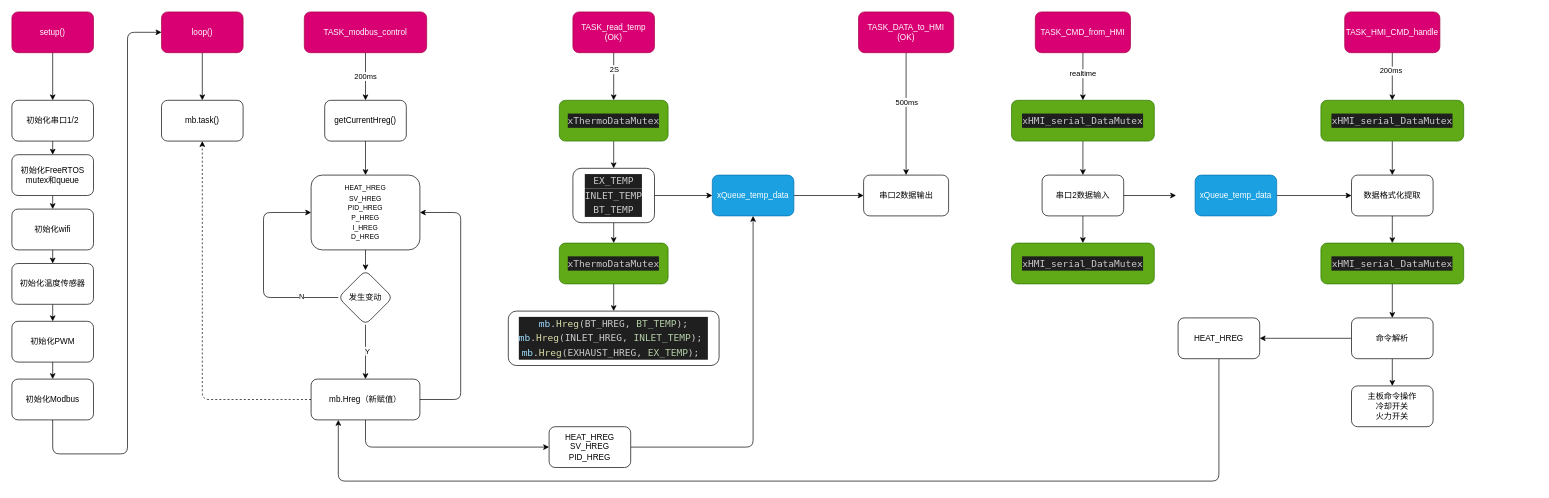
Above: HB-controller/src/flow.drawio in sakunamary/HB-controller (draw.io), before the change. Source tidied: cells renumbered, new cells numbered last; positions are measured from the earlier drawing's top-left corner, leaving out a move shared by most shapes. Both pictures are drawn from the tidied source at 68%, with x=0, y=0 at pixel (12, 12).
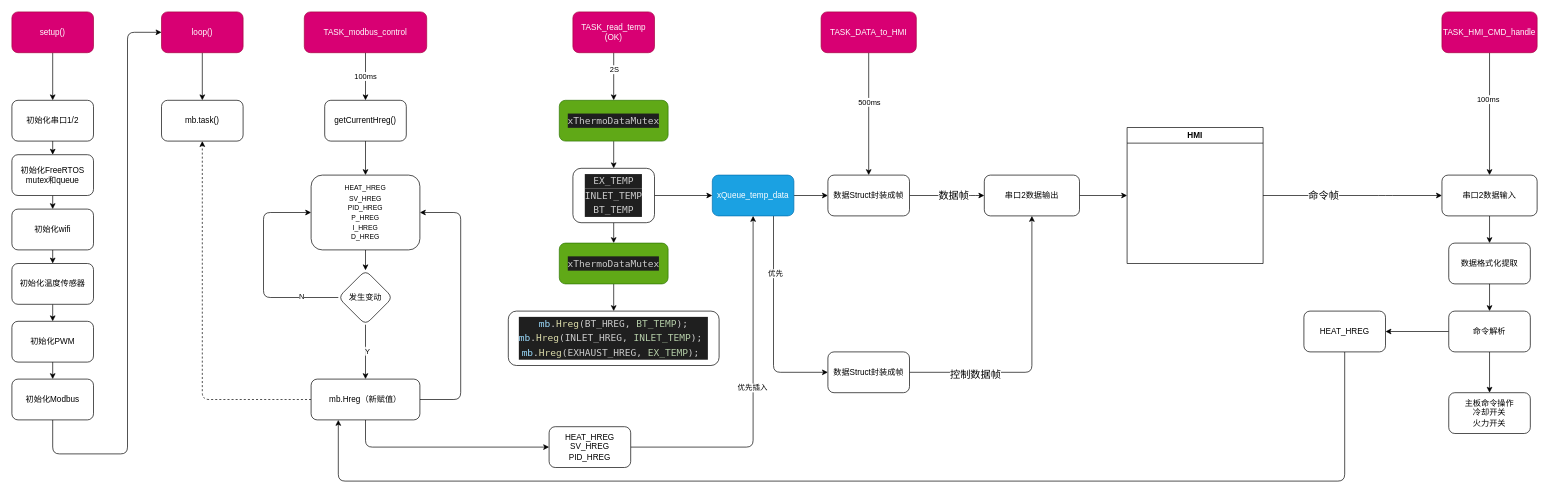
After the change.

Unchanged cells that the change refers to:
```xml
<mxCell id="19" value="TASK_modbus_control" style="rounded=1;whiteSpace=wrap;html=1;fillColor=#d80073;fontColor=#ffffff;strokeColor=#A50040;" parent="1" vertex="1">
  <mxGeometry x="430" width="180" height="60" as="geometry" />
</mxCell>
<mxCell id="33" value="mb.Hreg（新赋值）" style="whiteSpace=wrap;html=1;rounded=1;" parent="1" vertex="1">
  <mxGeometry x="440" y="540" width="160" height="60" as="geometry" />
</mxCell>
<mxCell id="35" value="xQueue_temp_data" style="whiteSpace=wrap;html=1;rounded=1;fillColor=#1ba1e2;fontColor=#ffffff;strokeColor=#006EAF;" parent="1" vertex="1">
  <mxGeometry x="1030" y="240" width="120" height="60" as="geometry" />
</mxCell>
<mxCell id="37" value="getCurrentHreg()" style="rounded=1;whiteSpace=wrap;html=1;" parent="1" vertex="1">
  <mxGeometry x="460" y="130" width="120" height="60" as="geometry" />
</mxCell>
<mxCell id="45" style="edgeStyle=none;html=1;exitX=1;exitY=0.5;exitDx=0;exitDy=0;entryX=0.5;entryY=1;entryDx=0;entryDy=0;" parent="1" edge="1" source="46" target="35">
  <mxGeometry relative="1" as="geometry">
    <Array as="points">
      <mxPoint x="1090" y="640" />
    </Array>
  </mxGeometry>
</mxCell>
```

What changed in the source:
```diff
@@
-    <mxCell id="18" value="200ms" style="edgeStyle=none;html=1;exitX=0.5;exitY=1;exitDx=0;exitDy=0;entryX=0.5;entryY=0;entryDx=0;entryDy=0;" parent="1" edge="1" source="19" target="37">
+    <mxCell id="18" value="100ms" style="edgeStyle=none;html=1;exitX=0.5;exitY=1;exitDx=0;exitDy=0;entryX=0.5;entryY=0;entryDx=0;entryDy=0;" parent="1" edge="1" source="19" target="37">
       <mxGeometry relative="1" as="geometry" />
     </mxCell>
@@
-    <mxCell id="22" style="edgeStyle=none;html=1;entryX=0.5;entryY=0;entryDx=0;entryDy=0;" parent="1" edge="1" source="24" target="38">
+    <mxCell id="22" style="edgeStyle=none;html=1;entryX=0.5;entryY=0;entryDx=0;entryDy=0;" parent="1" edge="1" source="24" target="87">
       <mxGeometry relative="1" as="geometry" />
     </mxCell>
@@
-    <mxCell id="24" value="TASK_DATA_to_HMI&lt;br&gt;(OK)" style="rounded=1;whiteSpace=wrap;html=1;fillColor=#d80073;fontColor=#ffffff;strokeColor=#A50040;" parent="1" vertex="1">
-      <mxGeometry x="1245" width="140" height="60" as="geometry" />
+    <mxCell id="24" value="TASK_DATA_to_HMI" style="rounded=1;whiteSpace=wrap;html=1;fillColor=#d80073;fontColor=#ffffff;strokeColor=#A50040;" parent="1" vertex="1">
+      <mxGeometry x="1190" width="140" height="60" as="geometry" />
     </mxCell>
@@
-    <mxCell id="34" style="edgeStyle=none;html=1;exitX=1;exitY=0.5;exitDx=0;exitDy=0;entryX=0;entryY=0.5;entryDx=0;entryDy=0;" parent="1" edge="1" source="35" target="38">
-      <mxGeometry relative="1" as="geometry" />
-    </mxCell>
+    <mxCell id="79" style="edgeStyle=none;html=1;exitX=0.75;exitY=1;exitDx=0;exitDy=0;entryX=0;entryY=0.5;entryDx=0;entryDy=0;" parent="1" edge="1" source="35" target="90">
+      <mxGeometry relative="1" as="geometry">
+        <Array as="points">
+          <mxPoint x="1120" y="530" />
+        </Array>
+      </mxGeometry>
+    </mxCell>
+    <mxCell id="80" value="优先" style="edgeLabel;html=1;align=center;verticalAlign=middle;" parent="79" vertex="1">
+      <mxGeometry x="-0.46" y="2" relative="1" as="geometry" />
+    </mxCell>
+    <mxCell id="81" style="edgeStyle=none;html=1;exitX=1;exitY=0.5;exitDx=0;exitDy=0;entryX=0;entryY=0.5;entryDx=0;entryDy=0;" parent="1" edge="1" source="35" target="87">
+      <mxGeometry relative="1" as="geometry" />
+    </mxCell>
@@
+    <mxCell id="82" style="edgeStyle=none;html=1;exitX=1;exitY=0.5;exitDx=0;exitDy=0;entryX=0;entryY=0.5;entryDx=0;entryDy=0;" parent="1" edge="1" source="38" target="70">
+      <mxGeometry relative="1" as="geometry" />
+    </mxCell>
     <mxCell id="38" value="串口2数据输出" style="whiteSpace=wrap;html=1;rounded=1;" parent="1" vertex="1">
-      <mxGeometry x="1252.5" y="240" width="125" height="60" as="geometry" />
+      <mxGeometry x="1430" y="240" width="140" height="60" as="geometry" />
     </mxCell>
-    <mxCell id="39" style="edgeStyle=none;html=1;entryX=0.5;entryY=0;entryDx=0;entryDy=0;" parent="1" edge="1" source="41" target="63">
-      <mxGeometry relative="1" as="geometry" />
-    </mxCell>
-    <mxCell id="40" value="realtime" style="edgeLabel;html=1;align=center;verticalAlign=middle;" parent="39" vertex="1">
-      <mxGeometry x="-0.15" y="-1" relative="1" as="geometry" />
-    </mxCell>
-    <mxCell id="41" value="TASK_CMD_from_HMI" style="rounded=1;whiteSpace=wrap;html=1;fillColor=#d80073;fontColor=#ffffff;strokeColor=#A50040;" parent="1" vertex="1">
-      <mxGeometry x="1505" width="140" height="60" as="geometry" />
-    </mxCell>
-    <mxCell id="42" style="edgeStyle=none;html=1;exitX=0.5;exitY=1;exitDx=0;exitDy=0;entryX=0.5;entryY=0;entryDx=0;entryDy=0;" parent="1" edge="1" source="44" target="64">
-      <mxGeometry relative="1" as="geometry" />
-    </mxCell>
-    <mxCell id="43" style="edgeStyle=none;html=1;exitX=1;exitY=0.5;exitDx=0;exitDy=0;" parent="1" edge="1">
-      <mxGeometry relative="1" as="geometry">
-        <mxPoint x="1582" y="270" as="sourcePoint" />
-        <mxPoint x="1712" y="270" as="targetPoint" />
-      </mxGeometry>
-    </mxCell>
-    <mxCell id="44" value="串口2数据输入" style="whiteSpace=wrap;html=1;rounded=1;" parent="1" vertex="1">
-      <mxGeometry x="1515" y="240" width="120" height="60" as="geometry" />
-    </mxCell>
@@
+    <mxCell id="83" value="优先插入" style="edgeLabel;html=1;align=center;verticalAlign=middle;" parent="45" vertex="1">
+      <mxGeometry x="0.03" y="2" relative="1" as="geometry" />
+    </mxCell>
@@
-    <mxCell id="59" style="edgeStyle=none;html=1;exitX=0.5;exitY=1;exitDx=0;exitDy=0;" parent="1" edge="1" source="60" target="75">
-      <mxGeometry relative="1" as="geometry" />
-    </mxCell>
     <mxCell id="60" value="数据格式化提取" style="whiteSpace=wrap;html=1;rounded=1;" parent="1" vertex="1">
-      <mxGeometry x="1970" y="240" width="120" height="60" as="geometry" />
+      <mxGeometry x="2113" y="340" width="120" height="60" as="geometry" />
     </mxCell>
     <mxCell id="61" value="主板命令操作&lt;br&gt;冷却开关&lt;br&gt;火力开关" style="whiteSpace=wrap;html=1;rounded=1;" parent="1" vertex="1">
-      <mxGeometry x="1970" y="550" width="120" height="60" as="geometry" />
+      <mxGeometry x="2113" y="560" width="120" height="60" as="geometry" />
     </mxCell>
-    <mxCell id="62" style="edgeStyle=none;html=1;exitX=0.5;exitY=1;exitDx=0;exitDy=0;entryX=0.5;entryY=0;entryDx=0;entryDy=0;" parent="1" edge="1" source="63" target="44">
-      <mxGeometry relative="1" as="geometry" />
-    </mxCell>
-    <mxCell id="63" value="&lt;div style=&quot;color: rgb(204, 204, 204); background-color: rgb(31, 31, 31); font-family: Menlo, Menlo, Menlo, Menlo, Monaco, &amp;quot;Courier New&amp;quot;, monospace; font-size: 14px; line-height: 21px;&quot;&gt;xHMI_serial_DataMutex&lt;/div&gt;" style="whiteSpace=wrap;html=1;rounded=1;fillColor=#60a917;fontColor=#ffffff;strokeColor=#2D7600;" parent="1" vertex="1">
-      <mxGeometry x="1470" y="130" width="210" height="60" as="geometry" />
-    </mxCell>
-    <mxCell id="64" value="&lt;div style=&quot;color: rgb(204, 204, 204); background-color: rgb(31, 31, 31); font-family: Menlo, Menlo, Menlo, Menlo, Monaco, &amp;quot;Courier New&amp;quot;, monospace; font-size: 14px; line-height: 21px;&quot;&gt;xHMI_serial_DataMutex&lt;/div&gt;" style="whiteSpace=wrap;html=1;rounded=1;fillColor=#60a917;fontColor=#ffffff;strokeColor=#2D7600;" parent="1" vertex="1">
-      <mxGeometry x="1470" y="340" width="210" height="60" as="geometry" />
-    </mxCell>
     <mxCell id="65" style="edgeStyle=none;html=1;exitX=0.5;exitY=1;exitDx=0;exitDy=0;entryX=0.25;entryY=1;entryDx=0;entryDy=0;" parent="1" edge="1" source="66" target="33">
       <mxGeometry relative="1" as="geometry">
         <Array as="points">
-          <mxPoint x="1775" y="690" />
+          <mxPoint x="1960" y="690" />
           <mxPoint x="480" y="690" />
         </Array>
       </mxGeometry>
     </mxCell>
     <mxCell id="66" value="HEAT_HREG" style="whiteSpace=wrap;html=1;rounded=1;" parent="1" vertex="1">
-      <mxGeometry x="1715" y="450" width="120" height="60" as="geometry" />
+      <mxGeometry x="1900" y="440" width="120" height="60" as="geometry" />
     </mxCell>
-    <mxCell id="67" style="edgeStyle=none;html=1;exitX=0.5;exitY=1;exitDx=0;exitDy=0;entryX=0.5;entryY=0;entryDx=0;entryDy=0;" parent="1" edge="1" source="69" target="73">
+    <mxCell id="67" style="edgeStyle=none;html=1;exitX=0.5;exitY=1;exitDx=0;exitDy=0;" parent="1" edge="1" source="69" target="44">
       <mxGeometry relative="1" as="geometry" />
     </mxCell>
-    <mxCell id="68" value="200ms" style="edgeLabel;html=1;align=center;verticalAlign=middle;" parent="67" vertex="1">
+    <mxCell id="68" value="100ms" style="edgeLabel;html=1;align=center;verticalAlign=middle;" parent="67" vertex="1">
       <mxGeometry x="-0.25" y="-3" relative="1" as="geometry" />
     </mxCell>
     <mxCell id="69" value="TASK_HMI_CMD_handle" style="rounded=1;whiteSpace=wrap;html=1;fillColor=#d80073;fontColor=#ffffff;strokeColor=#A50040;" parent="1" vertex="1">
-      <mxGeometry x="1960" width="140" height="60" as="geometry" />
+      <mxGeometry x="2103" width="140" height="60" as="geometry" />
     </mxCell>
-    <mxCell id="70" style="edgeStyle=none;html=1;exitX=1;exitY=0.5;exitDx=0;exitDy=0;entryX=0;entryY=0.5;entryDx=0;entryDy=0;" parent="1" edge="1" source="71" target="60">
-      <mxGeometry relative="1" as="geometry" />
-    </mxCell>
-    <mxCell id="71" value="xQueue_temp_data" style="whiteSpace=wrap;html=1;rounded=1;fillColor=#1ba1e2;fontColor=#ffffff;strokeColor=#006EAF;" parent="1" vertex="1">
-      <mxGeometry x="1740" y="240" width="120" height="60" as="geometry" />
-    </mxCell>
-    <mxCell id="72" style="edgeStyle=none;html=1;exitX=0.5;exitY=1;exitDx=0;exitDy=0;entryX=0.5;entryY=0;entryDx=0;entryDy=0;" parent="1" edge="1" source="73" target="60">
-      <mxGeometry relative="1" as="geometry" />
-    </mxCell>
-    <mxCell id="73" value="&lt;div style=&quot;color: rgb(204, 204, 204); background-color: rgb(31, 31, 31); font-family: Menlo, Menlo, Menlo, Menlo, Monaco, &amp;quot;Courier New&amp;quot;, monospace; font-size: 14px; line-height: 21px;&quot;&gt;xHMI_serial_DataMutex&lt;/div&gt;" style="whiteSpace=wrap;html=1;rounded=1;fillColor=#60a917;fontColor=#ffffff;strokeColor=#2D7600;" parent="1" vertex="1">
-      <mxGeometry x="1925" y="130" width="210" height="60" as="geometry" />
-    </mxCell>
-    <mxCell id="74" style="edgeStyle=none;html=1;exitX=0.5;exitY=1;exitDx=0;exitDy=0;" parent="1" edge="1" source="75" target="78">
+    <mxCell id="74" style="edgeStyle=none;html=1;exitX=0.5;exitY=1;exitDx=0;exitDy=0;" parent="1" edge="1" source="60" target="78">
       <mxGeometry relative="1" as="geometry" />
     </mxCell>
-    <mxCell id="75" value="&lt;div style=&quot;color: rgb(204, 204, 204); background-color: rgb(31, 31, 31); font-family: Menlo, Menlo, Menlo, Menlo, Monaco, &amp;quot;Courier New&amp;quot;, monospace; font-size: 14px; line-height: 21px;&quot;&gt;xHMI_serial_DataMutex&lt;/div&gt;" style="whiteSpace=wrap;html=1;rounded=1;fillColor=#60a917;fontColor=#ffffff;strokeColor=#2D7600;" parent="1" vertex="1">
-      <mxGeometry x="1925" y="340" width="210" height="60" as="geometry" />
-    </mxCell>
@@
-    <mxCell id="77" style="edgeStyle=none;html=1;exitX=0;exitY=0.5;exitDx=0;exitDy=0;entryX=1;entryY=0.5;entryDx=0;entryDy=0;" parent="1" edge="1" source="78" target="66">
+    <mxCell id="77" style="edgeStyle=none;html=1;exitX=0;exitY=0.5;exitDx=0;exitDy=0;" parent="1" edge="1" source="78" target="66">
       <mxGeometry relative="1" as="geometry" />
     </mxCell>
     <mxCell id="78" value="命令解析" style="whiteSpace=wrap;html=1;rounded=1;" parent="1" vertex="1">
-      <mxGeometry x="1970" y="450" width="120" height="60" as="geometry" />
+      <mxGeometry x="2113" y="440" width="120" height="60" as="geometry" />
     </mxCell>
+    <mxCell id="84" style="edgeStyle=none;html=1;exitX=1;exitY=0.5;exitDx=0;exitDy=0;" parent="1" edge="1" source="70" target="44">
+      <mxGeometry relative="1" as="geometry">
+        <Array as="points">
+          <mxPoint x="2020" y="270" />
+        </Array>
+      </mxGeometry>
+    </mxCell>
+    <mxCell id="85" value="命令帧" style="edgeLabel;html=1;align=center;verticalAlign=middle;fontSize=15;" parent="84" vertex="1">
+      <mxGeometry x="-0.32" y="2" relative="1" as="geometry">
+        <mxPoint x="-1" as="offset" />
+      </mxGeometry>
+    </mxCell>
+    <mxCell id="70" value="HMI" style="swimlane;whiteSpace=wrap;html=1;" parent="1" vertex="1">
+      <mxGeometry x="1640" y="170" width="200" height="200" as="geometry" />
+    </mxCell>
+    <mxCell id="86" value="数据帧" style="edgeStyle=none;html=1;exitX=1;exitY=0.5;exitDx=0;exitDy=0;entryX=0;entryY=0.5;entryDx=0;entryDy=0;fontSize=15;" parent="1" edge="1" source="87" target="38">
+      <mxGeometry x="0.18" relative="1" as="geometry">
+        <Array as="points">
+          <mxPoint x="1410" y="270" />
+        </Array>
+      </mxGeometry>
+    </mxCell>
+    <mxCell id="87" value="数据Struct封装成帧" style="whiteSpace=wrap;html=1;rounded=1;" parent="1" vertex="1">
+      <mxGeometry x="1200" y="240" width="120" height="60" as="geometry" />
+    </mxCell>
+    <mxCell id="88" style="edgeStyle=none;html=1;exitX=1;exitY=0.5;exitDx=0;exitDy=0;entryX=0.5;entryY=1;entryDx=0;entryDy=0;" parent="1" edge="1" source="90" target="38">
+      <mxGeometry relative="1" as="geometry">
+        <Array as="points">
+          <mxPoint x="1500" y="530" />
+        </Array>
+      </mxGeometry>
+    </mxCell>
+    <mxCell id="89" value="控制数据帧" style="edgeLabel;html=1;align=center;verticalAlign=middle;fontSize=15;" parent="88" vertex="1">
+      <mxGeometry x="-0.53" y="-2" relative="1" as="geometry" />
+    </mxCell>
+    <mxCell id="90" value="数据Struct封装成帧" style="whiteSpace=wrap;html=1;rounded=1;" parent="1" vertex="1">
+      <mxGeometry x="1200" y="500" width="120" height="60" as="geometry" />
+    </mxCell>
+    <mxCell id="91" style="edgeStyle=none;html=1;exitX=0.5;exitY=1;exitDx=0;exitDy=0;entryX=0.5;entryY=0;entryDx=0;entryDy=0;" parent="1" edge="1" source="44" target="60">
+      <mxGeometry relative="1" as="geometry" />
+    </mxCell>
+    <mxCell id="44" value="串口2数据输入" style="whiteSpace=wrap;html=1;rounded=1;" parent="1" vertex="1">
+      <mxGeometry x="2103" y="240" width="140" height="60" as="geometry" />
+    </mxCell>
```
